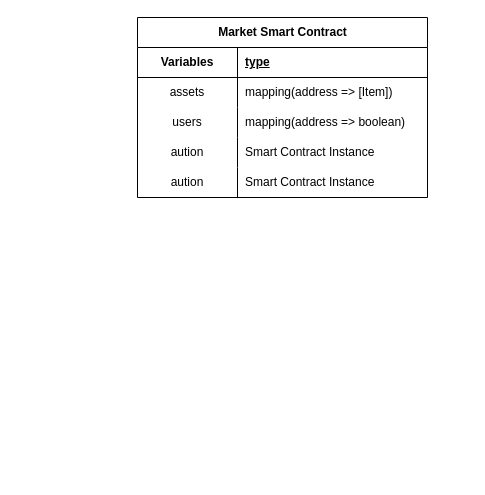
Above: eth-online/ETH Online Project Idea Flow.drawio in divyasshree-BQ/system-designs (draw.io), before the change. Source tidied: cells renumbered, new cells numbered last; positions are measured from the earlier drawing's top-left corner, leaving out a move shared by most shapes. Both pictures are drawn from the tidied source at 100%, with x=0, y=0 at pixel (137, 17).
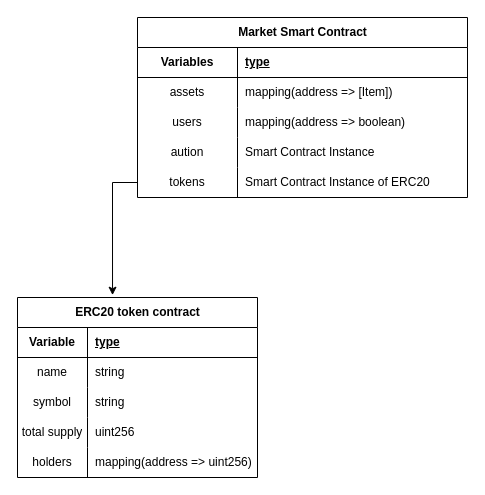
Above is the later version.

The edit, as a diff of the source:
```diff
@@
     <mxCell id="2" value="Market Smart Contract" style="shape=table;startSize=30;childLayout=tableLayout;rowLines=0;fontStyle=1;align=center;html=1;" parent="1" vertex="1">
-      <mxGeometry width="290" height="180" as="geometry" />
+      <mxGeometry width="330" height="180" as="geometry" />
     </mxCell>
     <mxCell id="3" style="shape=tableRow;horizontal=0;startSize=0;swimlaneHead=0;swimlaneBody=0;fillColor=none;top=0;left=0;right=0;bottom=1;" parent="2" vertex="1">
-      <mxGeometry y="30" width="290" height="30" as="geometry" />
+      <mxGeometry y="30" width="330" height="30" as="geometry" />
     </mxCell>
@@
     <mxCell id="5" value="type" style="shape=partialRectangle;fillColor=none;top=0;left=0;bottom=0;right=0;align=left;spacingLeft=6;fontStyle=5;overflow=hidden;whiteSpace=wrap;html=1;" parent="3" vertex="1">
-      <mxGeometry x="100" width="190" height="30" as="geometry" />
+      <mxGeometry x="100" width="230" height="30" as="geometry" />
     </mxCell>
     <mxCell id="6" style="shape=tableRow;horizontal=0;startSize=0;swimlaneHead=0;swimlaneBody=0;fillColor=none;top=0;left=0;right=0;bottom=0;" parent="2" vertex="1">
-      <mxGeometry y="60" width="290" height="30" as="geometry" />
+      <mxGeometry y="60" width="330" height="30" as="geometry" />
     </mxCell>
@@
     <mxCell id="8" value="mapping(address =&amp;gt; [Item])" style="shape=partialRectangle;fillColor=none;top=0;left=0;bottom=0;right=0;align=left;spacingLeft=6;overflow=hidden;whiteSpace=wrap;html=1;" parent="6" vertex="1">
-      <mxGeometry x="100" width="190" height="30" as="geometry" />
+      <mxGeometry x="100" width="230" height="30" as="geometry" />
     </mxCell>
     <mxCell id="9" style="shape=tableRow;horizontal=0;startSize=0;swimlaneHead=0;swimlaneBody=0;fillColor=none;top=0;left=0;right=0;bottom=0;" parent="2" vertex="1">
-      <mxGeometry y="90" width="290" height="30" as="geometry" />
+      <mxGeometry y="90" width="330" height="30" as="geometry" />
     </mxCell>
@@
     <mxCell id="11" value="mapping(address =&amp;gt; boolean)" style="shape=partialRectangle;fillColor=none;top=0;left=0;bottom=0;right=0;align=left;spacingLeft=6;overflow=hidden;whiteSpace=wrap;html=1;" parent="9" vertex="1">
-      <mxGeometry x="100" width="190" height="30" as="geometry" />
+      <mxGeometry x="100" width="230" height="30" as="geometry" />
     </mxCell>
     <mxCell id="12" style="shape=tableRow;horizontal=0;startSize=0;swimlaneHead=0;swimlaneBody=0;fillColor=none;top=0;left=0;right=0;bottom=0;" parent="2" vertex="1">
-      <mxGeometry y="120" width="290" height="30" as="geometry" />
+      <mxGeometry y="120" width="330" height="30" as="geometry" />
     </mxCell>
@@
     <mxCell id="14" value="Smart Contract Instance" style="shape=partialRectangle;fillColor=none;top=0;left=0;bottom=0;right=0;align=left;spacingLeft=6;overflow=hidden;whiteSpace=wrap;html=1;" parent="12" vertex="1">
-      <mxGeometry x="100" width="190" height="30" as="geometry" />
+      <mxGeometry x="100" width="230" height="30" as="geometry" />
     </mxCell>
     <mxCell id="15" style="shape=tableRow;horizontal=0;startSize=0;swimlaneHead=0;swimlaneBody=0;fillColor=none;points=[[0,0.5],[1,0.5]];portConstraint=eastwest;top=0;left=0;right=0;bottom=0;" parent="2" vertex="1">
-      <mxGeometry y="150" width="290" height="30" as="geometry" />
+      <mxGeometry y="150" width="330" height="30" as="geometry" />
     </mxCell>
-    <mxCell id="16" value="aution" style="shape=partialRectangle;fillColor=none;top=0;left=0;bottom=0;right=0;overflow=hidden;whiteSpace=wrap;html=1;" parent="15" vertex="1">
+    <mxCell id="16" value="tokens" style="shape=partialRectangle;fillColor=none;top=0;left=0;bottom=0;right=0;overflow=hidden;whiteSpace=wrap;html=1;" parent="15" vertex="1">
       <mxGeometry width="100" height="30" as="geometry" />
     </mxCell>
-    <mxCell id="17" value="Smart Contract Instance" style="shape=partialRectangle;fillColor=none;top=0;left=0;bottom=0;right=0;align=left;spacingLeft=6;overflow=hidden;whiteSpace=wrap;html=1;" parent="15" vertex="1">
-      <mxGeometry x="100" width="190" height="30" as="geometry" />
+    <mxCell id="17" value="Smart Contract Instance of ERC20" style="shape=partialRectangle;fillColor=none;top=0;left=0;bottom=0;right=0;align=left;spacingLeft=6;overflow=hidden;whiteSpace=wrap;html=1;" parent="15" vertex="1">
+      <mxGeometry x="100" width="230" height="30" as="geometry" />
     </mxCell>
+    <mxCell id="18" value="ERC20 token contract" style="shape=table;startSize=30;childLayout=tableLayout;rowLines=0;fontStyle=1;align=center;html=1;" parent="1" vertex="1">
+      <mxGeometry x="-120" y="280" width="240" height="180" as="geometry" />
+    </mxCell>
+    <mxCell id="19" style="shape=tableRow;horizontal=0;startSize=0;swimlaneHead=0;swimlaneBody=0;fillColor=none;top=0;left=0;right=0;bottom=1;" parent="18" vertex="1">
+      <mxGeometry y="30" width="240" height="30" as="geometry" />
+    </mxCell>
+    <mxCell id="20" value="Variable" style="shape=partialRectangle;fillColor=none;top=0;left=0;bottom=0;right=0;fontStyle=1;overflow=hidden;whiteSpace=wrap;html=1;" parent="19" vertex="1">
+      <mxGeometry width="70" height="30" as="geometry" />
+    </mxCell>
+    <mxCell id="21" value="type" style="shape=partialRectangle;fillColor=none;top=0;left=0;bottom=0;right=0;align=left;spacingLeft=6;fontStyle=5;overflow=hidden;whiteSpace=wrap;html=1;" parent="19" vertex="1">
+      <mxGeometry x="70" width="170" height="30" as="geometry" />
+    </mxCell>
+    <mxCell id="22" style="shape=tableRow;horizontal=0;startSize=0;swimlaneHead=0;swimlaneBody=0;fillColor=none;top=0;left=0;right=0;bottom=0;" parent="18" vertex="1">
+      <mxGeometry y="60" width="240" height="30" as="geometry" />
+    </mxCell>
+    <mxCell id="23" value="name" style="shape=partialRectangle;fillColor=none;top=0;left=0;bottom=0;right=0;overflow=hidden;whiteSpace=wrap;html=1;" parent="22" vertex="1">
+      <mxGeometry width="70" height="30" as="geometry" />
+    </mxCell>
+    <mxCell id="24" value="string" style="shape=partialRectangle;fillColor=none;top=0;left=0;bottom=0;right=0;align=left;spacingLeft=6;overflow=hidden;whiteSpace=wrap;html=1;" parent="22" vertex="1">
+      <mxGeometry x="70" width="170" height="30" as="geometry" />
+    </mxCell>
+    <mxCell id="25" style="shape=tableRow;horizontal=0;startSize=0;swimlaneHead=0;swimlaneBody=0;fillColor=none;top=0;left=0;right=0;bottom=0;" parent="18" vertex="1">
+      <mxGeometry y="90" width="240" height="30" as="geometry" />
+    </mxCell>
+    <mxCell id="26" value="symbol" style="shape=partialRectangle;fillColor=none;top=0;left=0;bottom=0;right=0;overflow=hidden;whiteSpace=wrap;html=1;" parent="25" vertex="1">
+      <mxGeometry width="70" height="30" as="geometry" />
+    </mxCell>
+    <mxCell id="27" value="string" style="shape=partialRectangle;fillColor=none;top=0;left=0;bottom=0;right=0;align=left;spacingLeft=6;overflow=hidden;whiteSpace=wrap;html=1;" parent="25" vertex="1">
+      <mxGeometry x="70" width="170" height="30" as="geometry" />
+    </mxCell>
+    <mxCell id="28" style="shape=tableRow;horizontal=0;startSize=0;swimlaneHead=0;swimlaneBody=0;fillColor=none;top=0;left=0;right=0;bottom=0;" parent="18" vertex="1">
+      <mxGeometry y="120" width="240" height="30" as="geometry" />
+    </mxCell>
+    <mxCell id="29" value="total supply" style="shape=partialRectangle;fillColor=none;top=0;left=0;bottom=0;right=0;overflow=hidden;whiteSpace=wrap;html=1;" parent="28" vertex="1">
+      <mxGeometry width="70" height="30" as="geometry" />
+    </mxCell>
+    <mxCell id="30" value="uint256" style="shape=partialRectangle;fillColor=none;top=0;left=0;bottom=0;right=0;align=left;spacingLeft=6;overflow=hidden;whiteSpace=wrap;html=1;" parent="28" vertex="1">
+      <mxGeometry x="70" width="170" height="30" as="geometry" />
+    </mxCell>
+    <mxCell id="31" style="shape=tableRow;horizontal=0;startSize=0;swimlaneHead=0;swimlaneBody=0;fillColor=none;top=0;left=0;right=0;bottom=0;" parent="18" vertex="1">
+      <mxGeometry y="150" width="240" height="30" as="geometry" />
+    </mxCell>
+    <mxCell id="32" value="holders" style="shape=partialRectangle;fillColor=none;top=0;left=0;bottom=0;right=0;overflow=hidden;whiteSpace=wrap;html=1;" parent="31" vertex="1">
+      <mxGeometry width="70" height="30" as="geometry" />
+    </mxCell>
+    <mxCell id="33" value="mapping(address =&amp;gt; uint256)" style="shape=partialRectangle;fillColor=none;top=0;left=0;bottom=0;right=0;align=left;spacingLeft=6;overflow=hidden;whiteSpace=wrap;html=1;" parent="31" vertex="1">
+      <mxGeometry x="70" width="170" height="30" as="geometry" />
+    </mxCell>
+    <mxCell id="34" style="edgeStyle=orthogonalEdgeStyle;rounded=0;jettySize=auto;html=1;entryX=0.396;entryY=-0.013;entryDx=0;entryDy=0;entryPerimeter=0;exitX=0;exitY=0.5;exitDx=0;exitDy=0;" parent="1" edge="1" source="15" target="18">
+      <mxGeometry relative="1" as="geometry" />
+    </mxCell>
```
